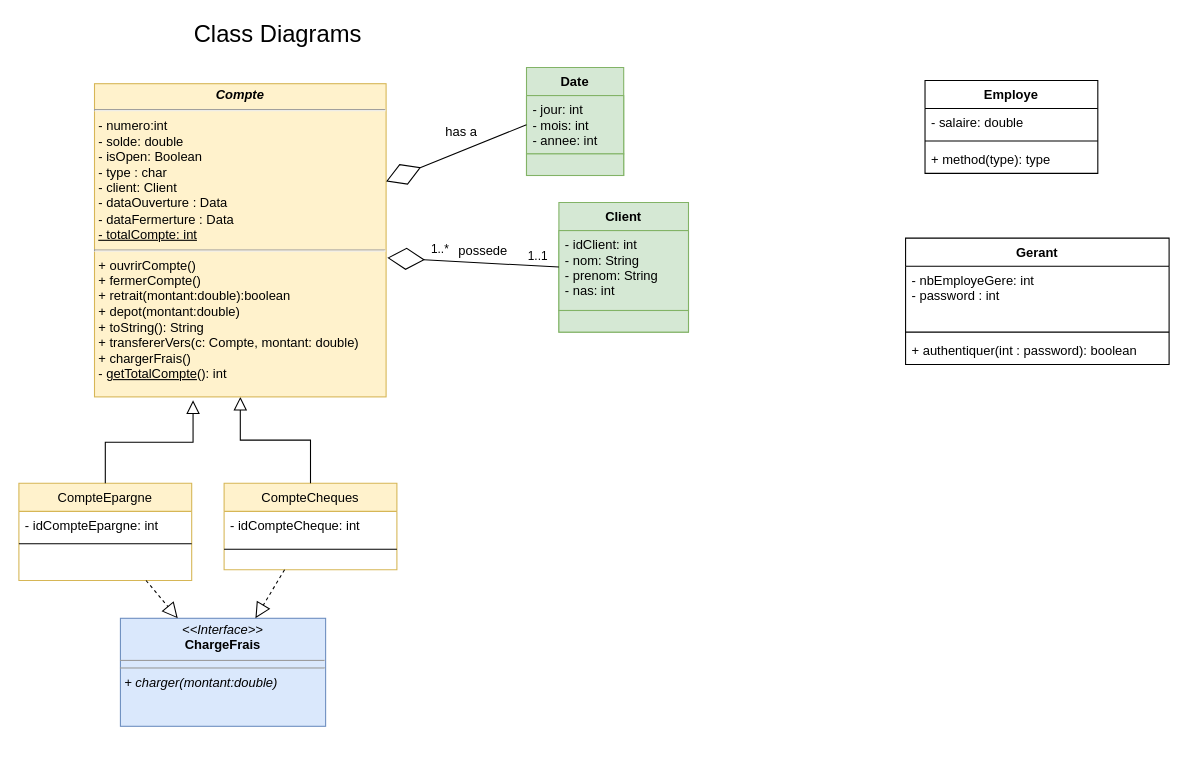
Before: DEPOT/UML_Banque_Java.drawio in LuisCODS/Banque_Java, a draw.io diagram. Source tidied: cells renumbered, new cells numbered last; positions are measured from the earlier drawing's top-left corner, leaving out a move shared by most shapes. Both pictures are drawn from the tidied source at 108%, with x=0, y=0 at pixel (18, 18).
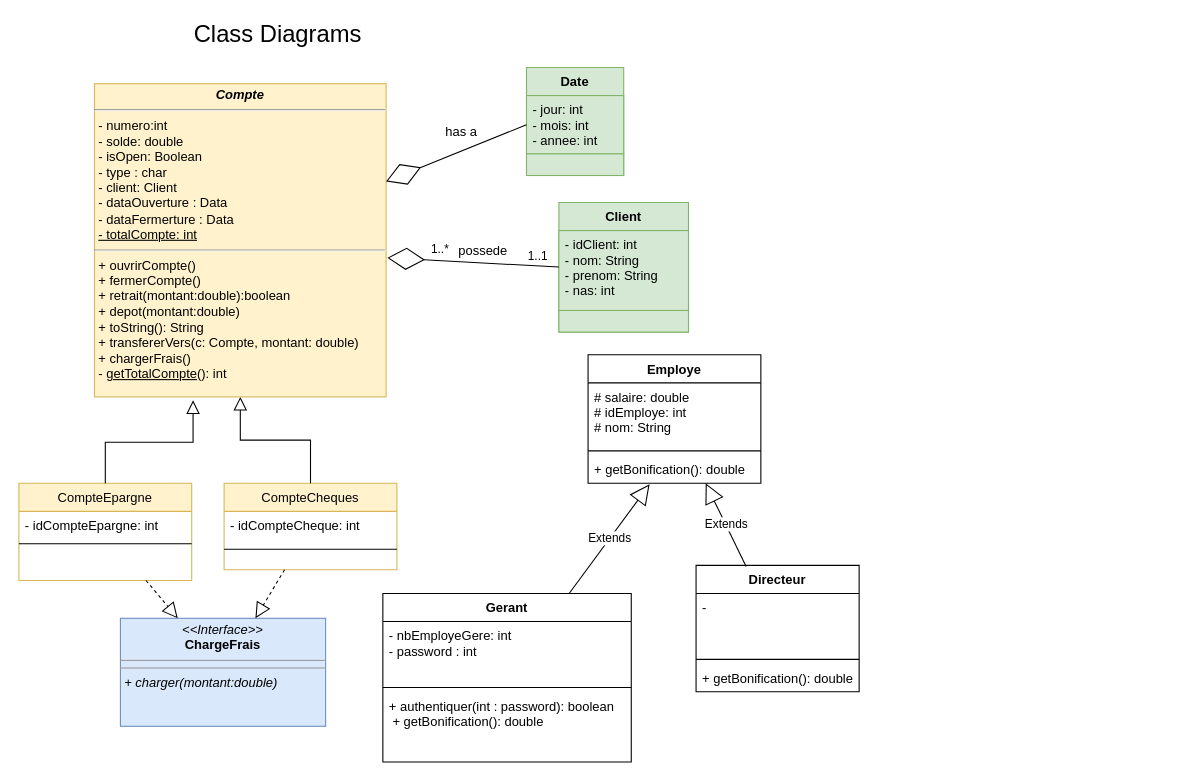
After the change.

What changed in the source:
```diff
@@
     <mxCell id="29" value="Employe" style="swimlane;fontStyle=1;align=center;verticalAlign=top;horizontal=1;startSize=26;rounded=0;" parent="1" vertex="1">
-      <mxGeometry x="839" y="57" width="160" height="86" as="geometry" />
+      <mxGeometry x="527" y="311" width="160" height="119" as="geometry" />
     </mxCell>
-    <mxCell id="30" value="- salaire: double" style="text;strokeColor=none;fillColor=none;align=left;verticalAlign=top;spacingLeft=4;spacingRight=4;overflow=hidden;rounded=0;" parent="29" vertex="1">
-      <mxGeometry y="26" width="160" height="26" as="geometry" />
+    <mxCell id="30" value="# salaire: double&#10;# idEmploye: int&#10;# nom: String&#10;&#10;" style="text;strokeColor=none;fillColor=none;align=left;verticalAlign=top;spacingLeft=4;spacingRight=4;overflow=hidden;rounded=0;" parent="29" vertex="1">
+      <mxGeometry y="26" width="160" height="59" as="geometry" />
     </mxCell>
     <mxCell id="31" style="line;strokeWidth=1;fillColor=none;align=left;verticalAlign=middle;spacingTop=-1;spacingLeft=3;spacingRight=3;labelPosition=right;strokeColor=inherit;rounded=0;" parent="29" vertex="1">
-      <mxGeometry y="52" width="160" height="8" as="geometry" />
+      <mxGeometry y="85" width="160" height="8" as="geometry" />
     </mxCell>
-    <mxCell id="32" value="+ method(type): type" style="text;strokeColor=none;fillColor=none;align=left;verticalAlign=top;spacingLeft=4;spacingRight=4;overflow=hidden;points=[[0,0.5],[1,0.5]];portConstraint=eastwest;rounded=0;" parent="29" vertex="1">
-      <mxGeometry y="60" width="160" height="26" as="geometry" />
+    <mxCell id="32" value="+ getBonification(): double" style="text;strokeColor=none;fillColor=none;align=left;verticalAlign=top;spacingLeft=4;spacingRight=4;overflow=hidden;points=[[0,0.5],[1,0.5]];portConstraint=eastwest;rounded=0;" parent="29" vertex="1">
+      <mxGeometry y="93" width="160" height="26" as="geometry" />
     </mxCell>
     <mxCell id="33" value="Gerant" style="swimlane;fontStyle=1;align=center;verticalAlign=top;horizontal=1;startSize=26;rounded=0;" parent="1" vertex="1">
-      <mxGeometry x="821" y="203" width="244" height="117" as="geometry" />
+      <mxGeometry x="337" y="532" width="230" height="156" as="geometry" />
     </mxCell>
     <mxCell id="34" value="- nbEmployeGere: int&#10;- password : int" style="text;strokeColor=none;fillColor=none;align=left;verticalAlign=top;spacingLeft=4;spacingRight=4;overflow=hidden;rounded=0;" parent="33" vertex="1">
-      <mxGeometry y="26" width="244" height="57" as="geometry" />
+      <mxGeometry y="26" width="230" height="57" as="geometry" />
     </mxCell>
     <mxCell id="35" style="line;strokeWidth=1;fillColor=none;align=left;verticalAlign=middle;spacingTop=-1;spacingLeft=3;spacingRight=3;labelPosition=right;strokeColor=inherit;rounded=0;" parent="33" vertex="1">
-      <mxGeometry y="83" width="244" height="8" as="geometry" />
+      <mxGeometry y="83" width="230" height="8" as="geometry" />
     </mxCell>
-    <mxCell id="36" value="+ authentiquer(int : password): boolean " style="text;strokeColor=none;fillColor=none;align=left;verticalAlign=top;spacingLeft=4;spacingRight=4;overflow=hidden;rounded=0;" parent="33" vertex="1">
-      <mxGeometry y="91" width="244" height="26" as="geometry" />
+    <mxCell id="36" value="+ authentiquer(int : password): boolean&#10; + getBonification(): double" style="text;strokeColor=none;fillColor=none;align=left;verticalAlign=top;spacingLeft=4;spacingRight=4;overflow=hidden;rounded=0;" parent="33" vertex="1">
+      <mxGeometry y="91" width="230" height="65" as="geometry" />
     </mxCell>
+    <mxCell id="37" value="Extends" style="endArrow=block;endSize=16;endFill=0;html=1;rounded=0;entryX=0.356;entryY=1.038;entryDx=0;entryDy=0;entryPerimeter=0;" parent="1" edge="1" source="33" target="32">
+      <mxGeometry relative="1" as="geometry" />
+    </mxCell>
+    <mxCell id="38" value="Directeur" style="swimlane;fontStyle=1;align=center;verticalAlign=top;horizontal=1;startSize=26;rounded=0;" parent="1" vertex="1">
+      <mxGeometry x="627" y="506" width="151" height="117" as="geometry" />
+    </mxCell>
+    <mxCell id="39" value="-" style="text;strokeColor=none;fillColor=none;align=left;verticalAlign=top;spacingLeft=4;spacingRight=4;overflow=hidden;rounded=0;" parent="38" vertex="1">
+      <mxGeometry y="26" width="151" height="57" as="geometry" />
+    </mxCell>
+    <mxCell id="40" style="line;strokeWidth=1;fillColor=none;align=left;verticalAlign=middle;spacingTop=-1;spacingLeft=3;spacingRight=3;labelPosition=right;strokeColor=inherit;rounded=0;" parent="38" vertex="1">
+      <mxGeometry y="83" width="151" height="8" as="geometry" />
+    </mxCell>
+    <mxCell id="41" value="+ getBonification(): double" style="text;strokeColor=none;fillColor=none;align=left;verticalAlign=top;spacingLeft=4;spacingRight=4;overflow=hidden;rounded=0;" parent="38" vertex="1">
+      <mxGeometry y="91" width="151" height="26" as="geometry" />
+    </mxCell>
+    <mxCell id="42" value="Extends" style="endArrow=block;endSize=16;endFill=0;html=1;rounded=0;exitX=0.307;exitY=0.009;exitDx=0;exitDy=0;exitPerimeter=0;" parent="1" edge="1" source="38" target="29">
+      <mxGeometry relative="1" as="geometry" />
+    </mxCell>
```
